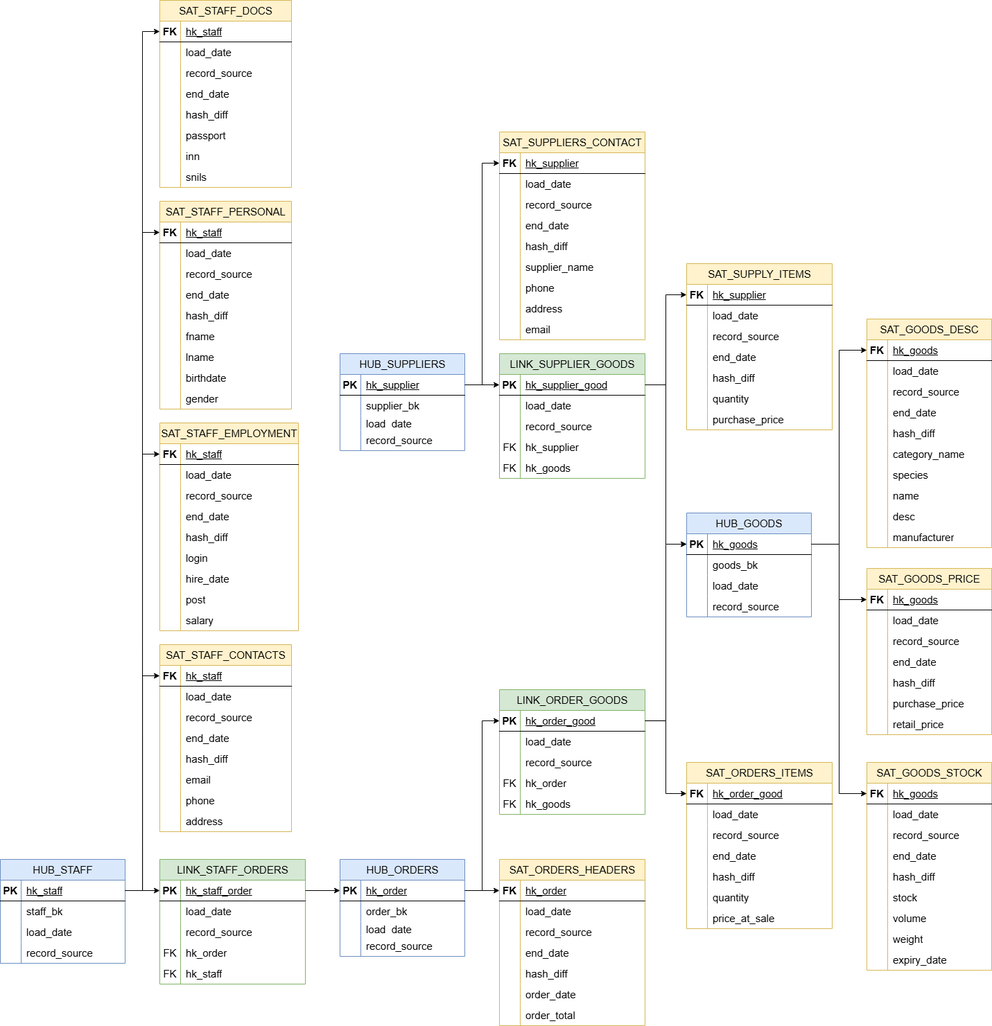
schoolboytemik/petstore_db keeps this draw.io diagram as docs/images/data_vault.png. Above is the earlier version. Source tidied: cells renumbered, new cells last; positions are measured from the earlier drawing's top-left corner, leaving out a move shared by most shapes.
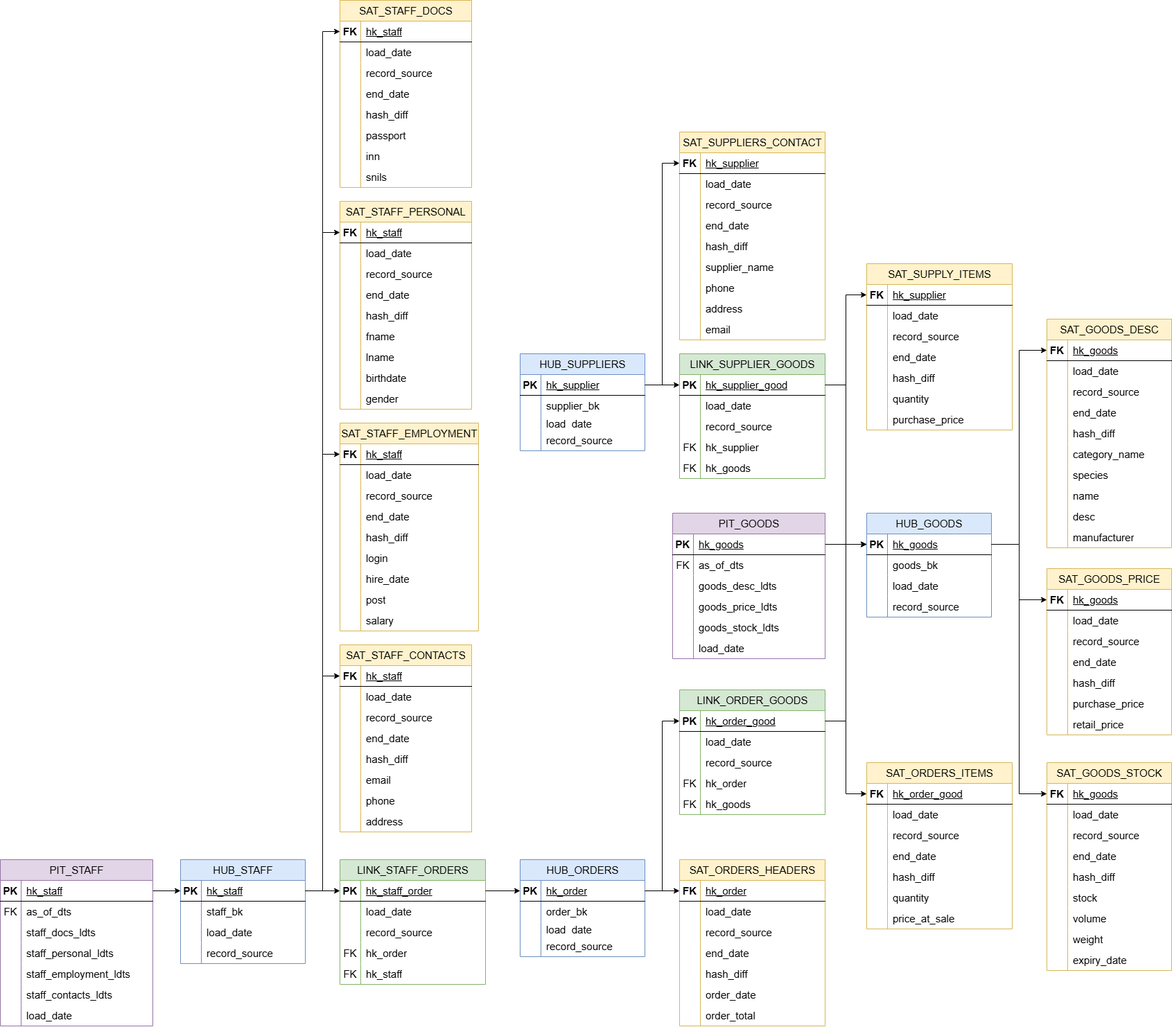
After the commit.

Commit message:
feat(dv): introduce PIT tables

Change to the diagram source:
```diff
@@ -1196,5 +1196,134 @@
     <mxCell id="399" style="edgeStyle=orthogonalEdgeStyle;rounded=0;jettySize=auto;html=1;entryX=0;entryY=0.5;entryDx=0;entryDy=0;" parent="1" edge="1" source="383" target="42">
       <mxGeometry relative="1" as="geometry" />
     </mxCell>
+    <mxCell id="400" value="&lt;span style=&quot;font-weight:normal;&quot; id=&quot;docs-internal-guid-24d96b5c-7fff-7d55-578b-8c0534809cf1&quot;&gt;&lt;span style=&quot;background-color: transparent; font-variant-numeric: normal; font-variant-east-asian: normal; font-variant-alternates: normal; font-variant-position: normal; font-variant-emoji: normal; vertical-align: baseline; white-space: pre-wrap;&quot;&gt;PIT_STAFF&lt;/span&gt;&lt;/span&gt;" style="shape=table;startSize=30;rowLines=0;fontStyle=1;align=center;html=1;fillColor=#e1d5e7;strokeColor=#9673a6;fontFamily=Helvetica;fontSize=15;" parent="1" vertex="1">
+      <mxGeometry x="-260" y="1240" width="220" height="240" as="geometry" />
+    </mxCell>
+    <mxCell id="401" style="shape=tableRow;horizontal=0;startSize=0;swimlaneHead=0;swimlaneBody=0;fillColor=none;points=[[0,0.5],[1,0.5]];portConstraint=eastwest;top=0;left=0;right=0;bottom=1;fontFamily=Helvetica;fontSize=15;" parent="400" vertex="1">
+      <mxGeometry y="30" width="220" height="30" as="geometry" />
+    </mxCell>
+    <mxCell id="402" value="PK" style="shape=partialRectangle;fillColor=none;top=0;left=0;bottom=0;right=0;fontStyle=1;overflow=hidden;whiteSpace=wrap;html=1;fontFamily=Helvetica;fontSize=15;" parent="401" vertex="1">
+      <mxGeometry width="30" height="30" as="geometry" />
+    </mxCell>
+    <mxCell id="403" value="&lt;font&gt;&lt;span style=&quot;font-weight: 400; white-space-collapse: preserve;&quot;&gt;hk_staff&lt;/span&gt;&lt;/font&gt;" style="shape=partialRectangle;fillColor=none;top=0;left=0;bottom=0;right=0;align=left;spacingLeft=6;fontStyle=5;overflow=hidden;whiteSpace=wrap;html=1;fontFamily=Helvetica;fontSize=15;" parent="401" vertex="1">
+      <mxGeometry x="30" width="190" height="30" as="geometry" />
+    </mxCell>
+    <mxCell id="404" style="shape=tableRow;horizontal=0;startSize=0;swimlaneHead=0;swimlaneBody=0;fillColor=none;top=0;left=0;right=0;bottom=0;fontFamily=Helvetica;fontSize=15;" parent="400" vertex="1">
+      <mxGeometry y="60" width="220" height="30" as="geometry" />
+    </mxCell>
+    <mxCell id="405" value="FK" style="shape=partialRectangle;fillColor=none;top=0;left=0;bottom=0;right=0;overflow=hidden;whiteSpace=wrap;html=1;fontFamily=Helvetica;fontSize=15;" parent="404" vertex="1">
+      <mxGeometry width="30" height="30" as="geometry" />
+    </mxCell>
+    <mxCell id="406" value="&lt;span id=&quot;docs-internal-guid-4e0762f4-7fff-b620-785f-3387ae45b464&quot;&gt;&lt;span style=&quot;background-color: transparent; font-variant-numeric: normal; font-variant-east-asian: normal; font-variant-alternates: normal; font-variant-position: normal; font-variant-emoji: normal; vertical-align: baseline; white-space-collapse: preserve;&quot;&gt;as_of_dts&lt;/span&gt;&lt;/span&gt;" style="shape=partialRectangle;fillColor=none;top=0;left=0;bottom=0;right=0;align=left;spacingLeft=6;overflow=hidden;whiteSpace=wrap;html=1;fontFamily=Helvetica;fontSize=15;" parent="404" vertex="1">
+      <mxGeometry x="30" width="190" height="30" as="geometry" />
+    </mxCell>
+    <mxCell id="407" style="shape=tableRow;horizontal=0;startSize=0;swimlaneHead=0;swimlaneBody=0;fillColor=none;top=0;left=0;right=0;bottom=0;fontFamily=Helvetica;fontSize=15;" parent="400" vertex="1">
+      <mxGeometry y="90" width="220" height="30" as="geometry" />
+    </mxCell>
+    <mxCell id="408" style="shape=partialRectangle;fillColor=none;top=0;left=0;bottom=0;right=0;overflow=hidden;whiteSpace=wrap;html=1;fontFamily=Helvetica;fontSize=15;" parent="407" vertex="1">
+      <mxGeometry width="30" height="30" as="geometry" />
+    </mxCell>
+    <mxCell id="409" value="staff_docs_ldts" style="shape=partialRectangle;fillColor=none;top=0;left=0;bottom=0;right=0;align=left;spacingLeft=6;overflow=hidden;whiteSpace=wrap;html=1;fontFamily=Helvetica;fontSize=15;" parent="407" vertex="1">
+      <mxGeometry x="30" width="190" height="30" as="geometry" />
+    </mxCell>
+    <mxCell id="410" style="shape=tableRow;horizontal=0;startSize=0;swimlaneHead=0;swimlaneBody=0;fillColor=none;top=0;left=0;right=0;bottom=0;fontFamily=Helvetica;fontSize=15;" parent="400" vertex="1">
+      <mxGeometry y="120" width="220" height="30" as="geometry" />
+    </mxCell>
+    <mxCell id="411" style="shape=partialRectangle;fillColor=none;top=0;left=0;bottom=0;right=0;overflow=hidden;whiteSpace=wrap;html=1;fontFamily=Helvetica;fontSize=15;" parent="410" vertex="1">
+      <mxGeometry width="30" height="30" as="geometry" />
+    </mxCell>
+    <mxCell id="412" value="staff_personal_ldts" style="shape=partialRectangle;fillColor=none;top=0;left=0;bottom=0;right=0;align=left;spacingLeft=6;overflow=hidden;whiteSpace=wrap;html=1;fontFamily=Helvetica;fontSize=15;" parent="410" vertex="1">
+      <mxGeometry x="30" width="190" height="30" as="geometry" />
+    </mxCell>
+    <mxCell id="413" style="shape=tableRow;horizontal=0;startSize=0;swimlaneHead=0;swimlaneBody=0;fillColor=none;top=0;left=0;right=0;bottom=0;fontFamily=Helvetica;fontSize=15;" parent="400" vertex="1">
+      <mxGeometry y="150" width="220" height="30" as="geometry" />
+    </mxCell>
+    <mxCell id="414" style="shape=partialRectangle;fillColor=none;top=0;left=0;bottom=0;right=0;overflow=hidden;whiteSpace=wrap;html=1;fontFamily=Helvetica;fontSize=15;" parent="413" vertex="1">
+      <mxGeometry width="30" height="30" as="geometry" />
+    </mxCell>
+    <mxCell id="415" value="staff_employment_ldts" style="shape=partialRectangle;fillColor=none;top=0;left=0;bottom=0;right=0;align=left;spacingLeft=6;overflow=hidden;whiteSpace=wrap;html=1;fontFamily=Helvetica;fontSize=15;" parent="413" vertex="1">
+      <mxGeometry x="30" width="190" height="30" as="geometry" />
+    </mxCell>
+    <mxCell id="416" style="shape=tableRow;horizontal=0;startSize=0;swimlaneHead=0;swimlaneBody=0;fillColor=none;top=0;left=0;right=0;bottom=0;fontFamily=Helvetica;fontSize=15;" parent="400" vertex="1">
+      <mxGeometry y="180" width="220" height="30" as="geometry" />
+    </mxCell>
+    <mxCell id="417" style="shape=partialRectangle;fillColor=none;top=0;left=0;bottom=0;right=0;overflow=hidden;whiteSpace=wrap;html=1;fontFamily=Helvetica;fontSize=15;" parent="416" vertex="1">
+      <mxGeometry width="30" height="30" as="geometry" />
+    </mxCell>
+    <mxCell id="418" value="staff_contacts_ldts" style="shape=partialRectangle;fillColor=none;top=0;left=0;bottom=0;right=0;align=left;spacingLeft=6;overflow=hidden;whiteSpace=wrap;html=1;fontFamily=Helvetica;fontSize=15;" parent="416" vertex="1">
+      <mxGeometry x="30" width="190" height="30" as="geometry" />
+    </mxCell>
+    <mxCell id="419" style="shape=tableRow;horizontal=0;startSize=0;swimlaneHead=0;swimlaneBody=0;fillColor=none;top=0;left=0;right=0;bottom=0;fontFamily=Helvetica;fontSize=15;" parent="400" vertex="1">
+      <mxGeometry y="210" width="220" height="30" as="geometry" />
+    </mxCell>
+    <mxCell id="420" style="shape=partialRectangle;fillColor=none;top=0;left=0;bottom=0;right=0;overflow=hidden;whiteSpace=wrap;html=1;fontFamily=Helvetica;fontSize=15;" parent="419" vertex="1">
+      <mxGeometry width="30" height="30" as="geometry" />
+    </mxCell>
+    <mxCell id="421" value="&lt;span id=&quot;docs-internal-guid-5458e810-7fff-c722-db99-c583ff444dd3&quot;&gt;&lt;span style=&quot;background-color: transparent; font-variant-numeric: normal; font-variant-east-asian: normal; font-variant-alternates: normal; font-variant-position: normal; font-variant-emoji: normal; vertical-align: baseline; white-space-collapse: preserve;&quot;&gt;load_date&lt;/span&gt;&lt;/span&gt;" style="shape=partialRectangle;fillColor=none;top=0;left=0;bottom=0;right=0;align=left;spacingLeft=6;overflow=hidden;whiteSpace=wrap;html=1;fontFamily=Helvetica;fontSize=15;" parent="419" vertex="1">
+      <mxGeometry x="30" width="190" height="30" as="geometry" />
+    </mxCell>
+    <mxCell id="422" style="edgeStyle=orthogonalEdgeStyle;rounded=0;jettySize=auto;html=1;exitX=1;exitY=0.5;exitDx=0;exitDy=0;entryX=0;entryY=0.5;entryDx=0;entryDy=0;" parent="1" edge="1" source="401" target="29">
+      <mxGeometry relative="1" as="geometry" />
+    </mxCell>
+    <mxCell id="423" value="&lt;span style=&quot;font-weight:normal;&quot; id=&quot;docs-internal-guid-24d96b5c-7fff-7d55-578b-8c0534809cf1&quot;&gt;&lt;span style=&quot;background-color: transparent; font-variant-numeric: normal; font-variant-east-asian: normal; font-variant-alternates: normal; font-variant-position: normal; font-variant-emoji: normal; vertical-align: baseline; white-space: pre-wrap;&quot;&gt;PIT_GOODS&lt;/span&gt;&lt;/span&gt;" style="shape=table;startSize=30;rowLines=0;fontStyle=1;align=center;html=1;fillColor=#e1d5e7;strokeColor=#9673a6;fontFamily=Helvetica;fontSize=15;" parent="1" vertex="1">
+      <mxGeometry x="710" y="740" width="220" height="210" as="geometry" />
+    </mxCell>
+    <mxCell id="424" style="shape=tableRow;horizontal=0;startSize=0;swimlaneHead=0;swimlaneBody=0;fillColor=none;points=[[0,0.5],[1,0.5]];portConstraint=eastwest;top=0;left=0;right=0;bottom=1;fontFamily=Helvetica;fontSize=15;" parent="423" vertex="1">
+      <mxGeometry y="30" width="220" height="30" as="geometry" />
+    </mxCell>
+    <mxCell id="425" value="PK" style="shape=partialRectangle;fillColor=none;top=0;left=0;bottom=0;right=0;fontStyle=1;overflow=hidden;whiteSpace=wrap;html=1;fontFamily=Helvetica;fontSize=15;" parent="424" vertex="1">
+      <mxGeometry width="30" height="30" as="geometry" />
+    </mxCell>
+    <mxCell id="426" value="&lt;font&gt;&lt;span style=&quot;font-weight: 400; white-space-collapse: preserve;&quot;&gt;hk_goods&lt;/span&gt;&lt;/font&gt;" style="shape=partialRectangle;fillColor=none;top=0;left=0;bottom=0;right=0;align=left;spacingLeft=6;fontStyle=5;overflow=hidden;whiteSpace=wrap;html=1;fontFamily=Helvetica;fontSize=15;" parent="424" vertex="1">
+      <mxGeometry x="30" width="190" height="30" as="geometry" />
+    </mxCell>
+    <mxCell id="427" style="shape=tableRow;horizontal=0;startSize=0;swimlaneHead=0;swimlaneBody=0;fillColor=none;top=0;left=0;right=0;bottom=0;fontFamily=Helvetica;fontSize=15;" parent="423" vertex="1">
+      <mxGeometry y="60" width="220" height="30" as="geometry" />
+    </mxCell>
+    <mxCell id="428" value="FK" style="shape=partialRectangle;fillColor=none;top=0;left=0;bottom=0;right=0;overflow=hidden;whiteSpace=wrap;html=1;fontFamily=Helvetica;fontSize=15;" parent="427" vertex="1">
+      <mxGeometry width="30" height="30" as="geometry" />
+    </mxCell>
+    <mxCell id="429" value="&lt;span style=&quot;white-space-collapse: preserve;&quot;&gt;as_of_dts&lt;/span&gt;" style="shape=partialRectangle;fillColor=none;top=0;left=0;bottom=0;right=0;align=left;spacingLeft=6;overflow=hidden;whiteSpace=wrap;html=1;fontFamily=Helvetica;fontSize=15;" parent="427" vertex="1">
+      <mxGeometry x="30" width="190" height="30" as="geometry" />
+    </mxCell>
+    <mxCell id="430" style="shape=tableRow;horizontal=0;startSize=0;swimlaneHead=0;swimlaneBody=0;fillColor=none;top=0;left=0;right=0;bottom=0;fontFamily=Helvetica;fontSize=15;" parent="423" vertex="1">
+      <mxGeometry y="90" width="220" height="30" as="geometry" />
+    </mxCell>
+    <mxCell id="431" style="shape=partialRectangle;fillColor=none;top=0;left=0;bottom=0;right=0;overflow=hidden;whiteSpace=wrap;html=1;fontFamily=Helvetica;fontSize=15;" parent="430" vertex="1">
+      <mxGeometry width="30" height="30" as="geometry" />
+    </mxCell>
+    <mxCell id="432" value="goods_desc_ldts" style="shape=partialRectangle;fillColor=none;top=0;left=0;bottom=0;right=0;align=left;spacingLeft=6;overflow=hidden;whiteSpace=wrap;html=1;fontFamily=Helvetica;fontSize=15;" parent="430" vertex="1">
+      <mxGeometry x="30" width="190" height="30" as="geometry" />
+    </mxCell>
+    <mxCell id="433" style="shape=tableRow;horizontal=0;startSize=0;swimlaneHead=0;swimlaneBody=0;fillColor=none;top=0;left=0;right=0;bottom=0;fontFamily=Helvetica;fontSize=15;" parent="423" vertex="1">
+      <mxGeometry y="120" width="220" height="30" as="geometry" />
+    </mxCell>
+    <mxCell id="434" style="shape=partialRectangle;fillColor=none;top=0;left=0;bottom=0;right=0;overflow=hidden;whiteSpace=wrap;html=1;fontFamily=Helvetica;fontSize=15;" parent="433" vertex="1">
+      <mxGeometry width="30" height="30" as="geometry" />
+    </mxCell>
+    <mxCell id="435" value="goods_price_ldts" style="shape=partialRectangle;fillColor=none;top=0;left=0;bottom=0;right=0;align=left;spacingLeft=6;overflow=hidden;whiteSpace=wrap;html=1;fontFamily=Helvetica;fontSize=15;" parent="433" vertex="1">
+      <mxGeometry x="30" width="190" height="30" as="geometry" />
+    </mxCell>
+    <mxCell id="436" style="shape=tableRow;horizontal=0;startSize=0;swimlaneHead=0;swimlaneBody=0;fillColor=none;top=0;left=0;right=0;bottom=0;fontFamily=Helvetica;fontSize=15;" parent="423" vertex="1">
+      <mxGeometry y="150" width="220" height="30" as="geometry" />
+    </mxCell>
+    <mxCell id="437" style="shape=partialRectangle;fillColor=none;top=0;left=0;bottom=0;right=0;overflow=hidden;whiteSpace=wrap;html=1;fontFamily=Helvetica;fontSize=15;" parent="436" vertex="1">
+      <mxGeometry width="30" height="30" as="geometry" />
+    </mxCell>
+    <mxCell id="438" value="goods_stock_ldts" style="shape=partialRectangle;fillColor=none;top=0;left=0;bottom=0;right=0;align=left;spacingLeft=6;overflow=hidden;whiteSpace=wrap;html=1;fontFamily=Helvetica;fontSize=15;" parent="436" vertex="1">
+      <mxGeometry x="30" width="190" height="30" as="geometry" />
+    </mxCell>
+    <mxCell id="439" style="shape=tableRow;horizontal=0;startSize=0;swimlaneHead=0;swimlaneBody=0;fillColor=none;top=0;left=0;right=0;bottom=0;fontFamily=Helvetica;fontSize=15;" parent="423" vertex="1">
+      <mxGeometry y="180" width="220" height="30" as="geometry" />
+    </mxCell>
+    <mxCell id="440" style="shape=partialRectangle;fillColor=none;top=0;left=0;bottom=0;right=0;overflow=hidden;whiteSpace=wrap;html=1;fontFamily=Helvetica;fontSize=15;" parent="439" vertex="1">
+      <mxGeometry width="30" height="30" as="geometry" />
+    </mxCell>
+    <mxCell id="441" value="&lt;span id=&quot;docs-internal-guid-5458e810-7fff-c722-db99-c583ff444dd3&quot;&gt;&lt;span style=&quot;background-color: transparent; font-variant-numeric: normal; font-variant-east-asian: normal; font-variant-alternates: normal; font-variant-position: normal; font-variant-emoji: normal; vertical-align: baseline; white-space-collapse: preserve;&quot;&gt;load_date&lt;/span&gt;&lt;/span&gt;" style="shape=partialRectangle;fillColor=none;top=0;left=0;bottom=0;right=0;align=left;spacingLeft=6;overflow=hidden;whiteSpace=wrap;html=1;fontFamily=Helvetica;fontSize=15;" parent="439" vertex="1">
+      <mxGeometry x="30" width="190" height="30" as="geometry" />
+    </mxCell>
+    <mxCell id="442" style="edgeStyle=orthogonalEdgeStyle;rounded=0;jettySize=auto;html=1;exitX=1;exitY=0.5;exitDx=0;exitDy=0;entryX=0;entryY=0.5;entryDx=0;entryDy=0;" parent="1" edge="1" source="424" target="3">
+      <mxGeometry relative="1" as="geometry" />
+    </mxCell>
   </root>
 </mxGraphModel>
```
